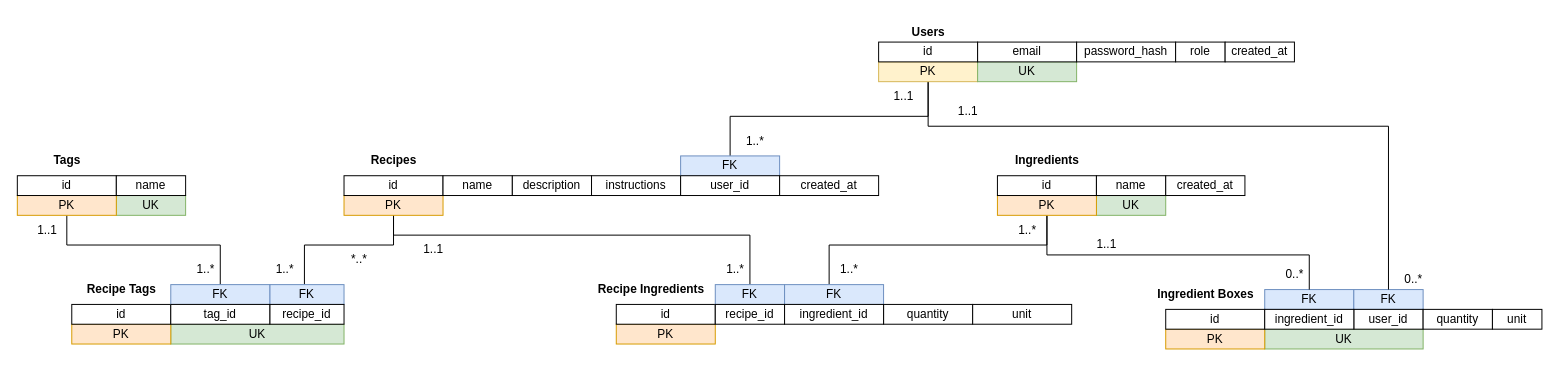
The draw.io diagram planning/cookbook_relational_schema.drawio in bryant-lam/cookbook-app, before the edit. Source tidied: cells renumbered, new cells numbered last; positions are measured from the earlier drawing's top-left corner, leaving out a move shared by most shapes. Both pictures are drawn from the tidied source at 99%, with x=0, y=0 at pixel (17, 17).
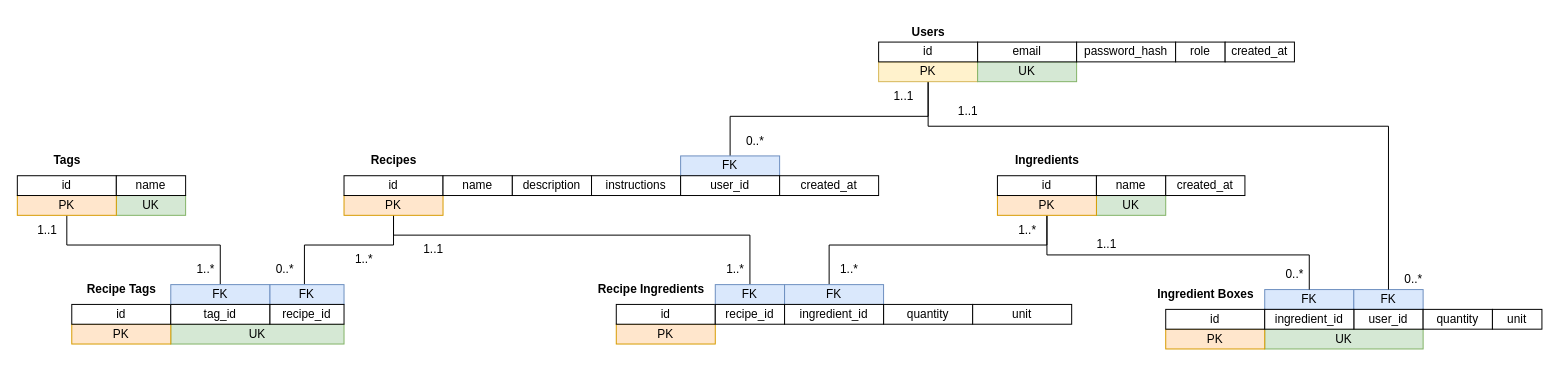
After the change.

The edit, as a diff of the source:
```diff
@@
-    <mxCell id="30" value="1..*" style="text;html=1;align=center;verticalAlign=middle;strokeColor=none;fillColor=none;" parent="1" vertex="1">
+    <mxCell id="30" value="0..*" style="text;html=1;align=center;verticalAlign=middle;strokeColor=none;fillColor=none;" parent="1" vertex="1">
       <mxGeometry x="725" y="110" width="40" height="30" as="geometry" />
     </mxCell>
@@
-    <mxCell id="60" value="*..*" style="text;html=1;align=center;verticalAlign=middle;strokeColor=none;fillColor=none;" parent="1" vertex="1">
-      <mxGeometry x="325" y="230" width="40" height="30" as="geometry" />
+    <mxCell id="60" value="&lt;span style=&quot;background-color: initial;&quot;&gt;1..*&lt;/span&gt;" style="text;html=1;align=center;verticalAlign=middle;strokeColor=none;fillColor=none;" parent="1" vertex="1">
+      <mxGeometry x="330" y="230" width="40" height="30" as="geometry" />
     </mxCell>
@@
-    <mxCell id="64" value="1..*" style="text;html=1;align=center;verticalAlign=middle;strokeColor=none;fillColor=none;" parent="1" vertex="1">
+    <mxCell id="64" value="0..*" style="text;html=1;align=center;verticalAlign=middle;strokeColor=none;fillColor=none;" parent="1" vertex="1">
       <mxGeometry x="250" y="240" width="40" height="30" as="geometry" />
     </mxCell>
```
